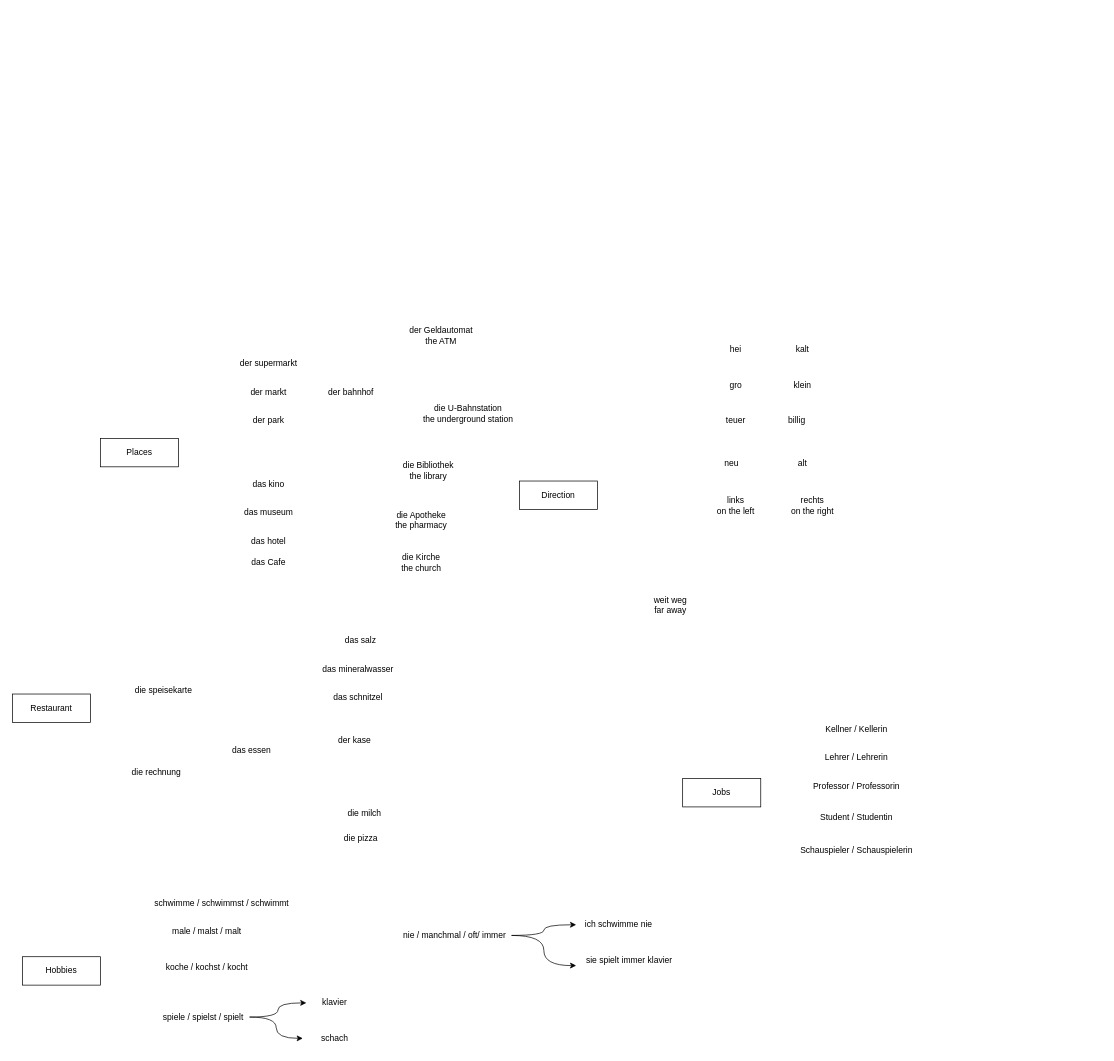
Before: German.drawio in haoboliu66/Diagram, a draw.io diagram. Source tidied: cells renumbered, new cells numbered last; positions are measured from the earlier drawing's top-left corner, leaving out a move shared by most shapes. Both pictures are drawn from the tidied source at 71%, with x=0, y=0 at pixel (12, 324).
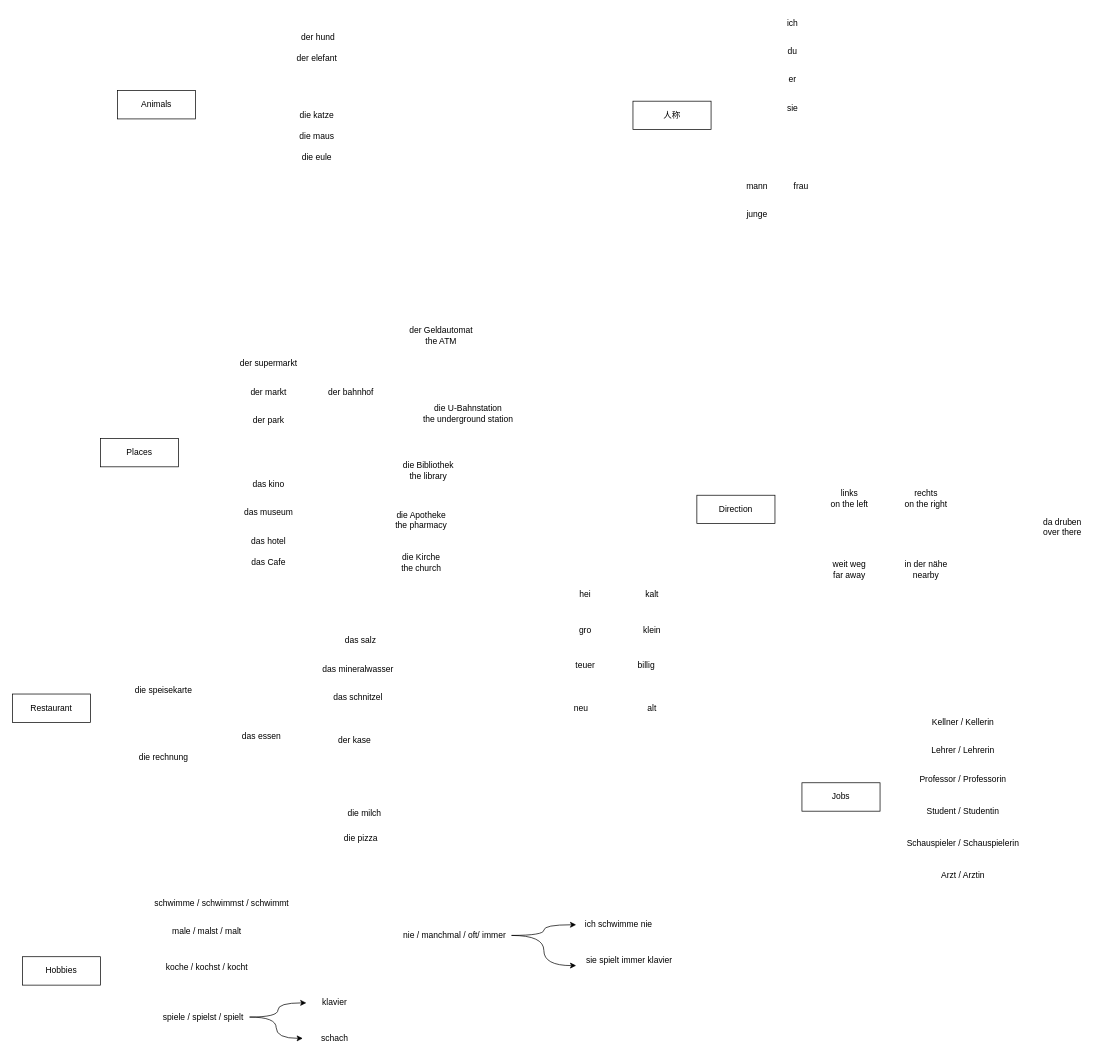
The same page after the edit.

What changed in the source:
```diff
@@
     <mxCell id="2" value="Direction" style="rounded=0;whiteSpace=wrap;html=1;" parent="1" vertex="1">
-      <mxGeometry x="714" y="220" width="110" height="40" as="geometry" />
+      <mxGeometry x="964" y="240" width="110" height="40" as="geometry" />
     </mxCell>
@@
     <mxCell id="11" value="neu" style="text;html=1;strokeColor=none;fillColor=none;align=center;verticalAlign=middle;whiteSpace=wrap;rounded=0;" parent="1" vertex="1">
-      <mxGeometry x="970" y="180" width="86" height="30" as="geometry" />
+      <mxGeometry x="758" y="524.5" width="86" height="30" as="geometry" />
     </mxCell>
     <mxCell id="12" value="alt" style="text;html=1;strokeColor=none;fillColor=none;align=center;verticalAlign=middle;whiteSpace=wrap;rounded=0;" parent="1" vertex="1">
-      <mxGeometry x="1070" y="180" width="86" height="30" as="geometry" />
+      <mxGeometry x="858" y="524.5" width="86" height="30" as="geometry" />
     </mxCell>
@@
     <mxCell id="14" value="weit weg&lt;br&gt;far away" style="text;html=1;strokeColor=none;fillColor=none;align=center;verticalAlign=middle;whiteSpace=wrap;rounded=0;" parent="1" vertex="1">
-      <mxGeometry x="884" y="380" width="86" height="30" as="geometry" />
+      <mxGeometry x="1136" y="330" width="86" height="30" as="geometry" />
     </mxCell>
@@
     <mxCell id="16" value="billig" style="text;html=1;strokeColor=none;fillColor=none;align=center;verticalAlign=middle;whiteSpace=wrap;rounded=0;" parent="1" vertex="1">
-      <mxGeometry x="1062" y="120" width="86" height="30" as="geometry" />
+      <mxGeometry x="850" y="464.5" width="86" height="30" as="geometry" />
     </mxCell>
     <mxCell id="17" value="teuer" style="text;html=1;strokeColor=none;fillColor=none;align=center;verticalAlign=middle;whiteSpace=wrap;rounded=0;" parent="1" vertex="1">
-      <mxGeometry x="976" y="120" width="86" height="30" as="geometry" />
+      <mxGeometry x="764" y="464.5" width="86" height="30" as="geometry" />
     </mxCell>
     <mxCell id="18" value="links&lt;br&gt;on the left" style="text;html=1;strokeColor=none;fillColor=none;align=center;verticalAlign=middle;whiteSpace=wrap;rounded=0;" parent="1" vertex="1">
-      <mxGeometry x="976" y="240" width="86" height="30" as="geometry" />
+      <mxGeometry x="1136" y="230" width="86" height="30" as="geometry" />
     </mxCell>
     <mxCell id="19" value="rechts&lt;br&gt;on the right" style="text;html=1;strokeColor=none;fillColor=none;align=center;verticalAlign=middle;whiteSpace=wrap;rounded=0;" parent="1" vertex="1">
-      <mxGeometry x="1084" y="240" width="86" height="30" as="geometry" />
+      <mxGeometry x="1244" y="230" width="86" height="30" as="geometry" />
     </mxCell>
@@
     <mxCell id="22" value="Lehrer / Lehrerin" style="text;html=1;strokeColor=none;fillColor=none;align=center;verticalAlign=middle;whiteSpace=wrap;rounded=0;" parent="1" vertex="1">
-      <mxGeometry x="1139" y="594.5" width="100" height="30" as="geometry" />
+      <mxGeometry x="1289" y="585" width="100" height="30" as="geometry" />
     </mxCell>
     <mxCell id="23" value="Professor / Professorin" style="text;html=1;strokeColor=none;fillColor=none;align=center;verticalAlign=middle;whiteSpace=wrap;rounded=0;" parent="1" vertex="1">
-      <mxGeometry x="1109" y="634.5" width="160" height="30" as="geometry" />
+      <mxGeometry x="1259" y="625" width="160" height="30" as="geometry" />
     </mxCell>
     <mxCell id="24" value="Kellner / Kellerin" style="text;html=1;strokeColor=none;fillColor=none;align=center;verticalAlign=middle;whiteSpace=wrap;rounded=0;" parent="1" vertex="1">
-      <mxGeometry x="1109" y="554.5" width="160" height="30" as="geometry" />
+      <mxGeometry x="1259" y="545" width="160" height="30" as="geometry" />
     </mxCell>
     <mxCell id="25" value="Student / Studentin" style="text;html=1;strokeColor=none;fillColor=none;align=center;verticalAlign=middle;whiteSpace=wrap;rounded=0;" parent="1" vertex="1">
-      <mxGeometry x="1109" y="679" width="160" height="30" as="geometry" />
+      <mxGeometry x="1259" y="669.5" width="160" height="30" as="geometry" />
     </mxCell>
     <mxCell id="26" value="Schauspieler / Schauspielerin" style="text;html=1;strokeColor=none;fillColor=none;align=center;verticalAlign=middle;whiteSpace=wrap;rounded=0;" parent="1" vertex="1">
-      <mxGeometry x="1094" y="724.5" width="190" height="30" as="geometry" />
+      <mxGeometry x="1244" y="715" width="190" height="30" as="geometry" />
     </mxCell>
     <mxCell id="27" value="gro" style="text;html=1;strokeColor=none;fillColor=none;align=center;verticalAlign=middle;whiteSpace=wrap;rounded=0;" parent="1" vertex="1">
-      <mxGeometry x="976" y="70" width="86" height="30" as="geometry" />
+      <mxGeometry x="764" y="414.5" width="86" height="30" as="geometry" />
     </mxCell>
     <mxCell id="28" value="klein" style="text;html=1;strokeColor=none;fillColor=none;align=center;verticalAlign=middle;whiteSpace=wrap;rounded=0;" parent="1" vertex="1">
-      <mxGeometry x="1070" y="70" width="86" height="30" as="geometry" />
+      <mxGeometry x="858" y="414.5" width="86" height="30" as="geometry" />
     </mxCell>
     <mxCell id="29" value="hei" style="text;html=1;strokeColor=none;fillColor=none;align=center;verticalAlign=middle;whiteSpace=wrap;rounded=0;" parent="1" vertex="1">
-      <mxGeometry x="976" y="20" width="86" height="30" as="geometry" />
+      <mxGeometry x="764" y="364.5" width="86" height="30" as="geometry" />
     </mxCell>
     <mxCell id="30" value="kalt" style="text;html=1;strokeColor=none;fillColor=none;align=center;verticalAlign=middle;whiteSpace=wrap;rounded=0;" parent="1" vertex="1">
-      <mxGeometry x="1070" y="20" width="86" height="30" as="geometry" />
+      <mxGeometry x="858" y="364.5" width="86" height="30" as="geometry" />
     </mxCell>
@@
     <mxCell id="34" value="Jobs" style="rounded=0;whiteSpace=wrap;html=1;" parent="1" vertex="1">
-      <mxGeometry x="944" y="639" width="110" height="40" as="geometry" />
+      <mxGeometry x="1112" y="645" width="110" height="40" as="geometry" />
     </mxCell>
@@
     <mxCell id="38" value="die rechnung" style="text;html=1;strokeColor=none;fillColor=none;align=center;verticalAlign=middle;whiteSpace=wrap;rounded=0;" parent="1" vertex="1">
-      <mxGeometry x="160" y="615" width="86" height="30" as="geometry" />
+      <mxGeometry x="170" y="595" width="86" height="30" as="geometry" />
     </mxCell>
     <mxCell id="39" value="das essen" style="text;html=1;strokeColor=none;fillColor=none;align=center;verticalAlign=middle;whiteSpace=wrap;rounded=0;" parent="1" vertex="1">
-      <mxGeometry x="294" y="585" width="86" height="30" as="geometry" />
+      <mxGeometry x="308" y="565" width="86" height="30" as="geometry" />
     </mxCell>
@@
+    <mxCell id="58" value="in der nähe&lt;br&gt;nearby" style="text;html=1;strokeColor=none;fillColor=none;align=center;verticalAlign=middle;whiteSpace=wrap;rounded=0;" parent="1" vertex="1">
+      <mxGeometry x="1232" y="330" width="110" height="30" as="geometry" />
+    </mxCell>
+    <mxCell id="59" value="Animals" style="rounded=0;whiteSpace=wrap;html=1;" parent="1" vertex="1">
+      <mxGeometry x="148" y="-330" width="110" height="40" as="geometry" />
+    </mxCell>
+    <mxCell id="60" value="&amp;nbsp;der hund" style="text;html=1;strokeColor=none;fillColor=none;align=center;verticalAlign=middle;whiteSpace=wrap;rounded=0;" parent="1" vertex="1">
+      <mxGeometry x="394" y="-420" width="70" height="30" as="geometry" />
+    </mxCell>
+    <mxCell id="61" value="der elefant" style="text;html=1;strokeColor=none;fillColor=none;align=center;verticalAlign=middle;whiteSpace=wrap;rounded=0;" parent="1" vertex="1">
+      <mxGeometry x="394" y="-390" width="70" height="30" as="geometry" />
+    </mxCell>
+    <mxCell id="62" value="die katze" style="text;html=1;strokeColor=none;fillColor=none;align=center;verticalAlign=middle;whiteSpace=wrap;rounded=0;" parent="1" vertex="1">
+      <mxGeometry x="394" y="-310" width="70" height="30" as="geometry" />
+    </mxCell>
+    <mxCell id="63" value="die maus" style="text;html=1;strokeColor=none;fillColor=none;align=center;verticalAlign=middle;whiteSpace=wrap;rounded=0;" parent="1" vertex="1">
+      <mxGeometry x="394" y="-280" width="70" height="30" as="geometry" />
+    </mxCell>
+    <mxCell id="64" value="die eule" style="text;html=1;strokeColor=none;fillColor=none;align=center;verticalAlign=middle;whiteSpace=wrap;rounded=0;" parent="1" vertex="1">
+      <mxGeometry x="394" y="-250" width="70" height="30" as="geometry" />
+    </mxCell>
+    <mxCell id="65" value="Arzt / Arztin" style="text;html=1;strokeColor=none;fillColor=none;align=center;verticalAlign=middle;whiteSpace=wrap;rounded=0;" parent="1" vertex="1">
+      <mxGeometry x="1244" y="760" width="190" height="30" as="geometry" />
+    </mxCell>
+    <mxCell id="66" value="da druben&lt;br&gt;over there" style="text;html=1;strokeColor=none;fillColor=none;align=center;verticalAlign=middle;whiteSpace=wrap;rounded=0;" parent="1" vertex="1">
+      <mxGeometry x="1424" y="270" width="110" height="30" as="geometry" />
+    </mxCell>
+    <mxCell id="67" value="人称" style="rounded=0;whiteSpace=wrap;html=1;" parent="1" vertex="1">
+      <mxGeometry x="874" y="-315" width="110" height="40" as="geometry" />
+    </mxCell>
+    <mxCell id="68" value="er" style="text;html=1;strokeColor=none;fillColor=none;align=center;verticalAlign=middle;whiteSpace=wrap;rounded=0;" parent="1" vertex="1">
+      <mxGeometry x="1074" y="-360" width="50" height="30" as="geometry" />
+    </mxCell>
+    <mxCell id="69" value="du" style="text;html=1;strokeColor=none;fillColor=none;align=center;verticalAlign=middle;whiteSpace=wrap;rounded=0;" parent="1" vertex="1">
+      <mxGeometry x="1074" y="-400" width="50" height="30" as="geometry" />
+    </mxCell>
+    <mxCell id="70" value="ich" style="text;html=1;strokeColor=none;fillColor=none;align=center;verticalAlign=middle;whiteSpace=wrap;rounded=0;" parent="1" vertex="1">
+      <mxGeometry x="1074" y="-440" width="50" height="30" as="geometry" />
+    </mxCell>
+    <mxCell id="71" value="sie" style="text;html=1;strokeColor=none;fillColor=none;align=center;verticalAlign=middle;whiteSpace=wrap;rounded=0;" parent="1" vertex="1">
+      <mxGeometry x="1074" y="-320" width="50" height="30" as="geometry" />
+    </mxCell>
+    <mxCell id="72" value="mann" style="text;html=1;strokeColor=none;fillColor=none;align=center;verticalAlign=middle;whiteSpace=wrap;rounded=0;" parent="1" vertex="1">
+      <mxGeometry x="1024" y="-210" width="50" height="30" as="geometry" />
+    </mxCell>
+    <mxCell id="73" value="frau" style="text;html=1;strokeColor=none;fillColor=none;align=center;verticalAlign=middle;whiteSpace=wrap;rounded=0;" parent="1" vertex="1">
+      <mxGeometry x="1086" y="-210" width="50" height="30" as="geometry" />
+    </mxCell>
+    <mxCell id="74" value="junge" style="text;html=1;strokeColor=none;fillColor=none;align=center;verticalAlign=middle;whiteSpace=wrap;rounded=0;" parent="1" vertex="1">
+      <mxGeometry x="1024" y="-170" width="50" height="30" as="geometry" />
+    </mxCell>
```
